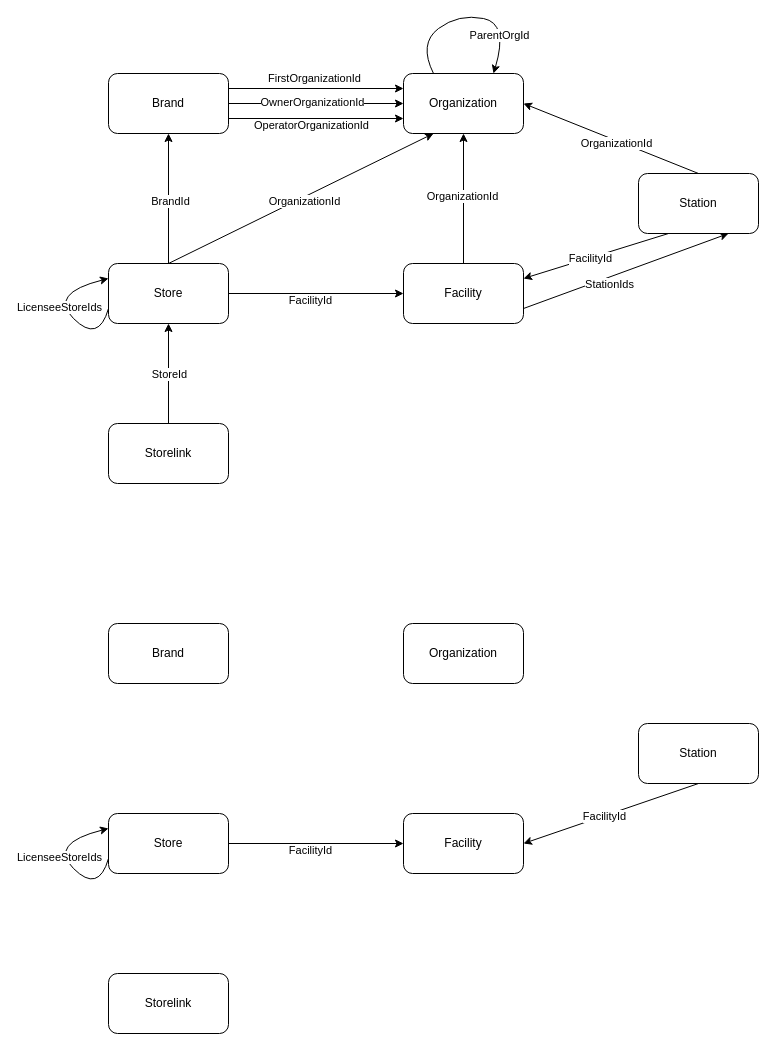
This is AuthZ5 Resource Entity Attributes Map.drawio from evagle/awesome, a draw.io file, before an edit. Source tidied: cells renumbered, new cells numbered last; positions are measured from the earlier drawing's top-left corner, leaving out a move shared by most shapes. Both pictures are drawn from the tidied source at 100%, with x=0, y=0 at pixel (48, 13).
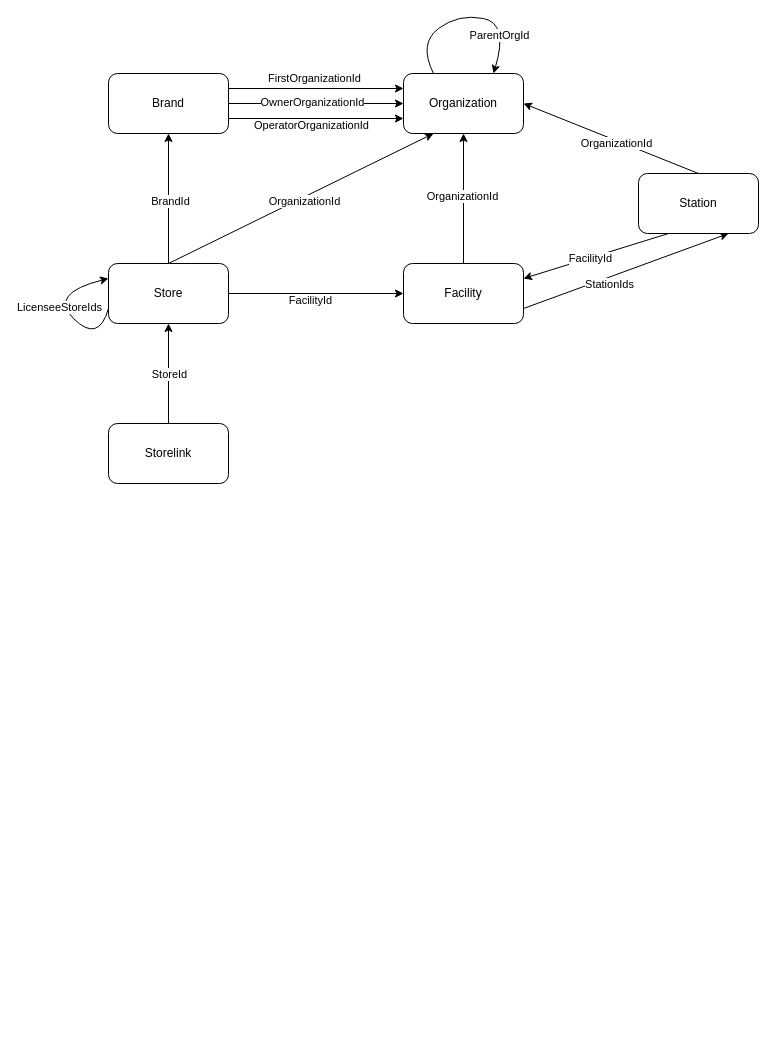
After the change.

What changed in the source:
```diff
@@
-    <mxCell id="32" value="Organization" style="rounded=1;whiteSpace=wrap;html=1;" parent="1" vertex="1">
-      <mxGeometry x="355" y="610" width="120" height="60" as="geometry" />
-    </mxCell>
-    <mxCell id="33" style="edgeStyle=orthogonalEdgeStyle;rounded=0;jettySize=auto;html=1;exitX=1;exitY=0.5;exitDx=0;exitDy=0;" parent="1" edge="1" source="35" target="36">
-      <mxGeometry relative="1" as="geometry" />
-    </mxCell>
-    <mxCell id="34" value="FacilityId" style="edgeLabel;html=1;align=center;verticalAlign=middle;" parent="33" vertex="1">
-      <mxGeometry x="-0.07" y="-6" relative="1" as="geometry" />
-    </mxCell>
-    <mxCell id="35" value="Store" style="rounded=1;whiteSpace=wrap;html=1;" parent="1" vertex="1">
-      <mxGeometry x="60" y="800" width="120" height="60" as="geometry" />
-    </mxCell>
-    <mxCell id="36" value="Facility" style="rounded=1;whiteSpace=wrap;html=1;" parent="1" vertex="1">
-      <mxGeometry x="355" y="800" width="120" height="60" as="geometry" />
-    </mxCell>
-    <mxCell id="37" style="rounded=0;jettySize=auto;html=1;exitX=0.5;exitY=1;exitDx=0;exitDy=0;entryX=1;entryY=0.5;entryDx=0;entryDy=0;" parent="1" edge="1" source="39" target="36">
-      <mxGeometry relative="1" as="geometry" />
-    </mxCell>
-    <mxCell id="38" value="FacilityId" style="edgeLabel;html=1;align=center;verticalAlign=middle;" parent="37" vertex="1">
-      <mxGeometry x="0.08" relative="1" as="geometry" />
-    </mxCell>
-    <mxCell id="39" value="Station" style="rounded=1;whiteSpace=wrap;html=1;" parent="1" vertex="1">
-      <mxGeometry x="590" y="710" width="120" height="60" as="geometry" />
-    </mxCell>
-    <mxCell id="40" value="Brand" style="rounded=1;whiteSpace=wrap;html=1;" parent="1" vertex="1">
-      <mxGeometry x="60" y="610" width="120" height="60" as="geometry" />
-    </mxCell>
-    <mxCell id="41" value="Storelink" style="rounded=1;whiteSpace=wrap;html=1;" parent="1" vertex="1">
-      <mxGeometry x="60" y="960" width="120" height="60" as="geometry" />
-    </mxCell>
-    <mxCell id="42" style="curved=1;endArrow=classic;html=1;rounded=0;entryX=0;entryY=0.25;entryDx=0;entryDy=0;exitX=0;exitY=0.75;exitDx=0;exitDy=0;" parent="1" edge="1" source="35" target="35">
-      <mxGeometry relative="1" as="geometry">
-        <Array as="points">
-          <mxPoint x="50" y="880" />
-          <mxPoint y="830" />
-        </Array>
-      </mxGeometry>
-    </mxCell>
-    <mxCell id="43" value="LicenseeStoreIds" style="edgeLabel;html=1;align=center;verticalAlign=middle;" parent="42" vertex="1">
-      <mxGeometry y="-4" relative="1" as="geometry">
-        <mxPoint x="-9" as="offset" />
-      </mxGeometry>
-    </mxCell>
```
